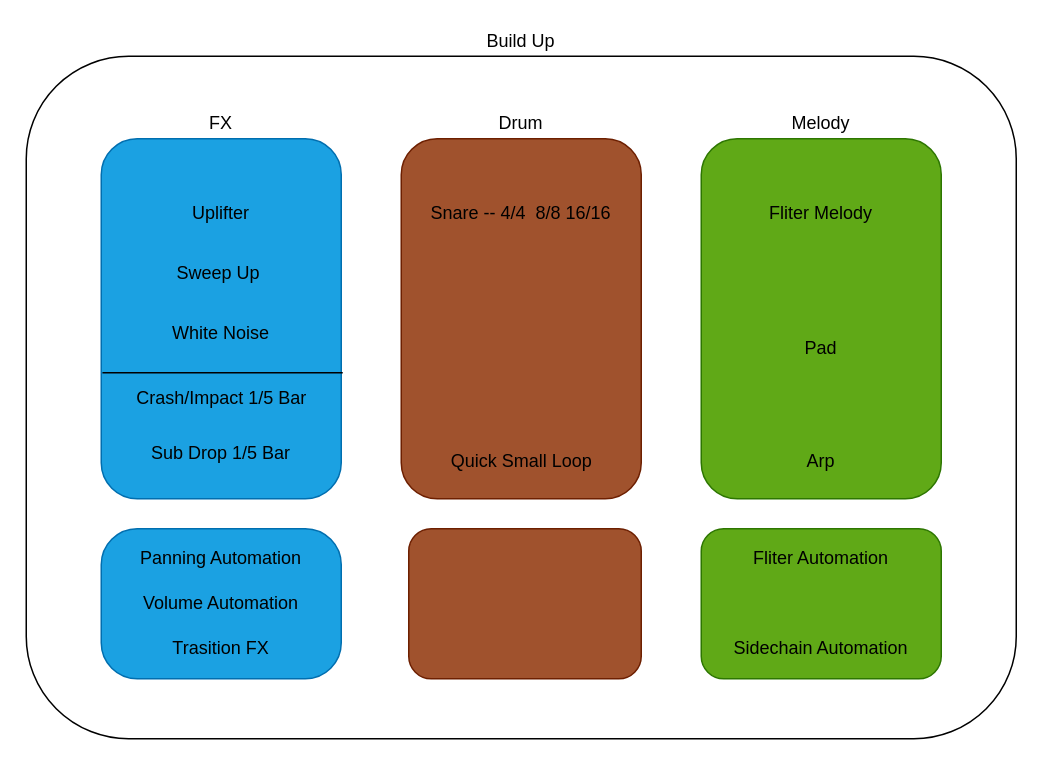
This is Pro House Build Up.drawio from houance/Music-Illustration, a draw.io file, before an edit. Source tidied: cells renumbered, new cells numbered last; positions are measured from the earlier drawing's top-left corner, leaving out a move shared by most shapes. Both pictures are drawn from the tidied source at 150%, with x=0, y=0 at pixel (26, 26).
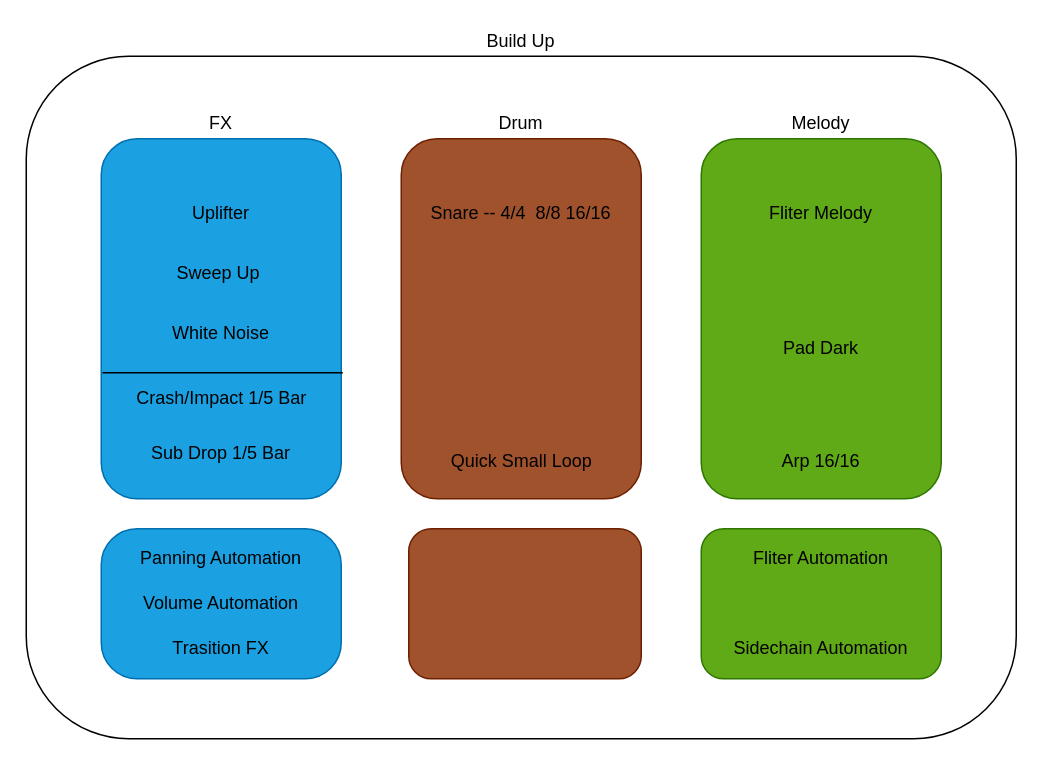
Above is the later version.

Diff of the diagram source:
```diff
@@
-    <mxCell id="17" value="Pad" style="text;html=1;strokeColor=none;fillColor=none;align=center;verticalAlign=middle;whiteSpace=wrap;rounded=0;" parent="1" vertex="1">
-      <mxGeometry x="510" y="205" width="40" height="20" as="geometry" />
+    <mxCell id="17" value="Pad Dark" style="text;html=1;strokeColor=none;fillColor=none;align=center;verticalAlign=middle;whiteSpace=wrap;rounded=0;" parent="1" vertex="1">
+      <mxGeometry x="485" y="205" width="90" height="20" as="geometry" />
     </mxCell>
@@
-    <mxCell id="23" value="Arp" style="text;html=1;strokeColor=none;fillColor=none;align=center;verticalAlign=middle;whiteSpace=wrap;rounded=0;" parent="1" vertex="1">
-      <mxGeometry x="510" y="280" width="40" height="20" as="geometry" />
+    <mxCell id="23" value="Arp 16/16" style="text;html=1;strokeColor=none;fillColor=none;align=center;verticalAlign=middle;whiteSpace=wrap;rounded=0;" parent="1" vertex="1">
+      <mxGeometry x="485" y="280" width="90" height="20" as="geometry" />
     </mxCell>
```
